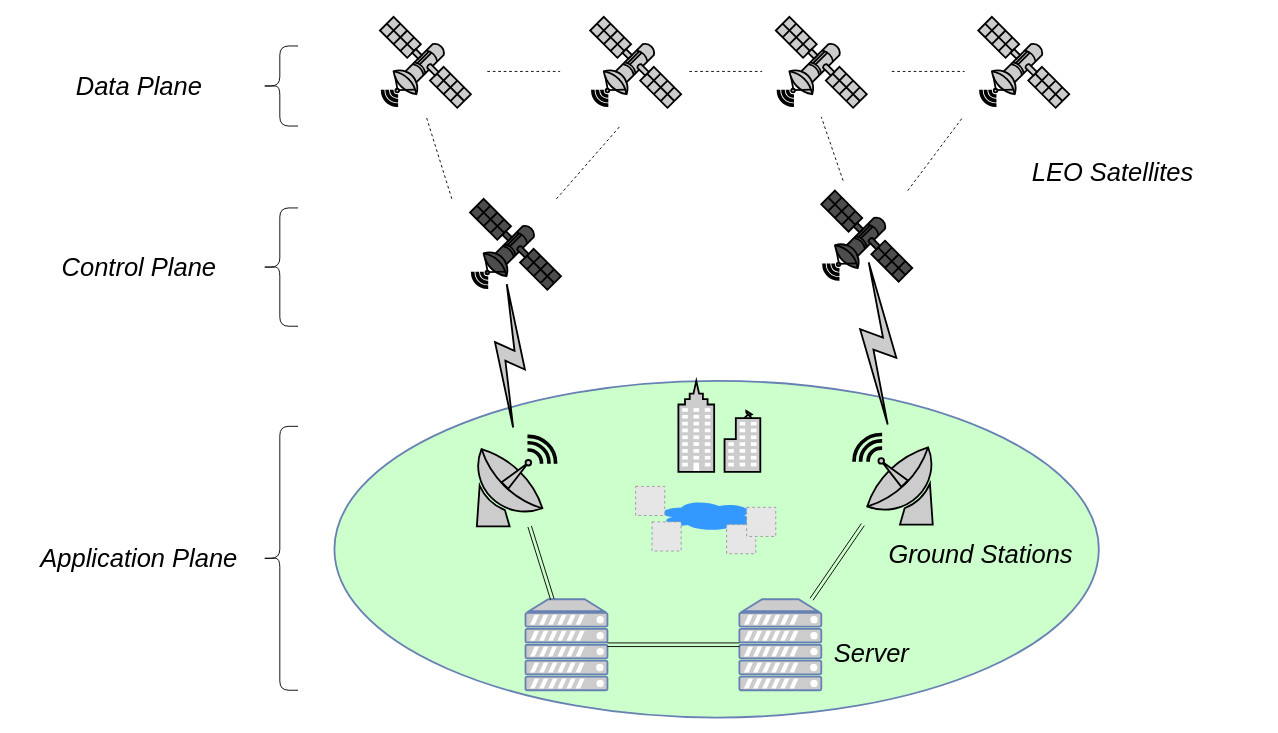
peachhhhh/satellite keeps this draw.io diagram as page "算法2架构图" (13 of 16) of drawio.drawio. Above is the earlier version. Source tidied: cells renumbered, new cells numbered last; positions are measured from the earlier drawing's top-left corner, leaving out a move shared by most shapes. Both pictures are drawn from the tidied source at 91%, with x=0, y=0 at pixel (34, 16). Pictures stored in the file or linked from it are replaced by grey dashed boxes.
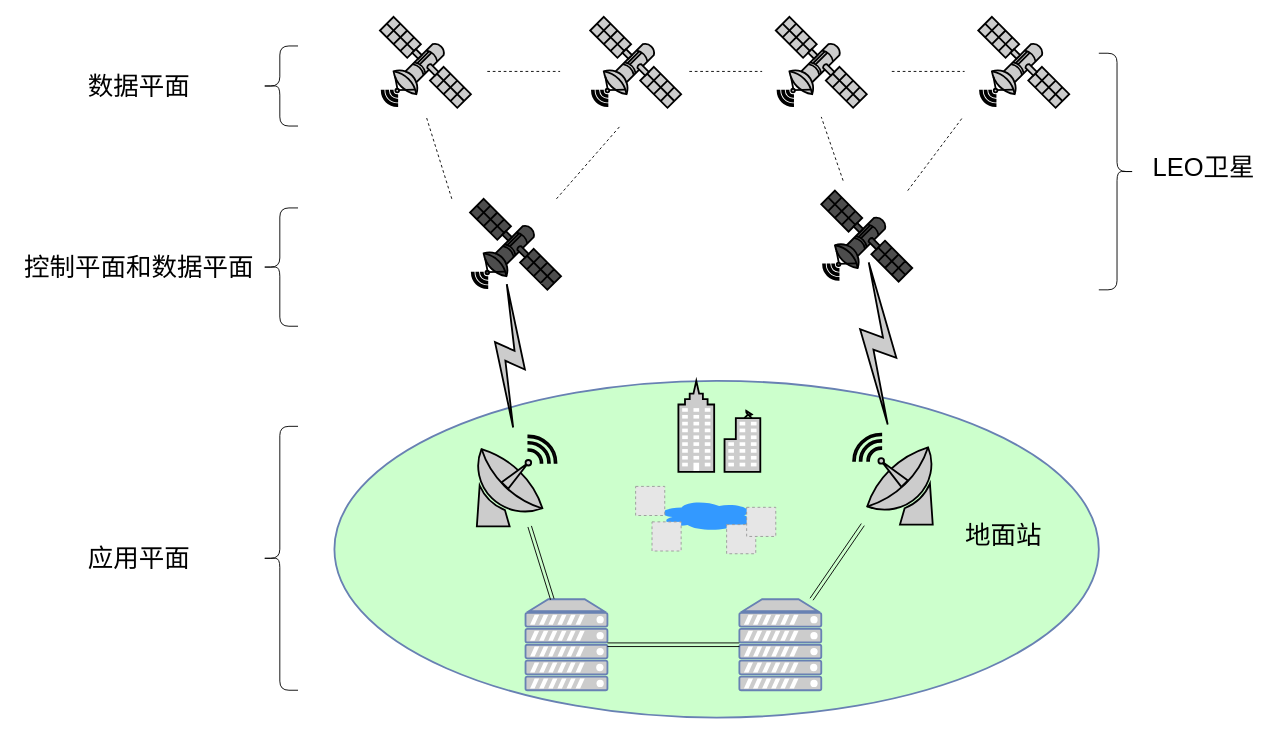
Above is the later version.

What changed in the source:
```diff
@@
-    <mxCell id="23" value="Server" style="text;html=1;align=center;verticalAlign=middle;fontSize=28;fontStyle=2;" parent="1" vertex="1">
-      <mxGeometry x="870" y="680" width="100" height="40" as="geometry" />
-    </mxCell>
-    <mxCell id="24" value="Ground Stations" style="text;html=1;align=center;verticalAlign=middle;fontSize=28;fontStyle=2;" parent="1" vertex="1">
-      <mxGeometry x="930" y="571" width="220" height="40" as="geometry" />
-    </mxCell>
-    <mxCell id="25" value="LEO Satellites" style="text;html=1;align=center;verticalAlign=middle;fontSize=28;fontStyle=2;" parent="1" vertex="1">
-      <mxGeometry x="1090" y="151" width="190" height="40" as="geometry" />
-    </mxCell>
@@
-    <mxCell id="30" value="&lt;div style=&quot;font-size: 28px;&quot;&gt;&lt;font style=&quot;font-size: 28px;&quot;&gt;Control Plane&lt;/font&gt;&lt;/div&gt;" style="text;html=1;align=center;verticalAlign=middle;fontSize=28;fontColor=#000000;fontStyle=2;" parent="1" vertex="1">
-      <mxGeometry x="25" y="255" width="180" height="40" as="geometry" />
-    </mxCell>
-    <mxCell id="31" value="Application Plane" style="text;html=1;align=center;verticalAlign=middle;fontSize=28;fontColor=#000000;fontStyle=2;" parent="1" vertex="1">
-      <mxGeometry y="575" width="230" height="40" as="geometry" />
-    </mxCell>
-    <mxCell id="32" value="&lt;div style=&quot;font-size: 28px&quot;&gt;&lt;font style=&quot;font-size: 28px&quot;&gt;Data Plane&lt;/font&gt;&lt;/div&gt;" style="text;html=1;align=center;verticalAlign=middle;fontSize=28;fontColor=#000000;fontStyle=2;" parent="1" vertex="1">
-      <mxGeometry x="40" y="56" width="150" height="40" as="geometry" />
+    <mxCell id="32" value="&lt;div style=&quot;font-size: 28px&quot;&gt;数据平面&lt;/div&gt;" style="text;html=1;align=center;verticalAlign=middle;fontSize=28;fontColor=#000000;fontStyle=0;" parent="1" vertex="1">
+      <mxGeometry x="50" y="56" width="130" height="40" as="geometry" />
     </mxCell>
@@
+    <mxCell id="40" value="&lt;div style=&quot;font-size: 28px&quot;&gt;控制平面和数据平面&lt;/div&gt;" style="text;html=1;align=center;verticalAlign=middle;fontSize=28;fontColor=#000000;fontStyle=0;" parent="1" vertex="1">
+      <mxGeometry x="-20" y="255" width="270" height="40" as="geometry" />
+    </mxCell>
+    <mxCell id="41" value="&lt;div style=&quot;font-size: 28px&quot;&gt;应用平面&lt;/div&gt;" style="text;html=1;align=center;verticalAlign=middle;fontSize=28;fontColor=#000000;fontStyle=0;" parent="1" vertex="1">
+      <mxGeometry x="50" y="575" width="130" height="40" as="geometry" />
+    </mxCell>
+    <mxCell id="42" value="&lt;div style=&quot;font-size: 28px&quot;&gt;LEO卫星&lt;/div&gt;" style="text;html=1;align=center;verticalAlign=middle;fontSize=28;fontColor=#000000;fontStyle=0;" parent="1" vertex="1">
+      <mxGeometry x="1220" y="145" width="130" height="40" as="geometry" />
+    </mxCell>
+    <mxCell id="43" style="shape=curlyBracket;whiteSpace=wrap;html=1;rounded=1;flipH=1;" parent="1" vertex="1">
+      <mxGeometry x="1170" y="40" width="40" height="260" as="geometry" />
+    </mxCell>
+    <mxCell id="44" value="&lt;div style=&quot;font-size: 28px&quot;&gt;地面站&lt;/div&gt;" style="text;html=1;align=center;verticalAlign=middle;fontSize=28;fontColor=#000000;fontStyle=0;" parent="1" vertex="1">
+      <mxGeometry x="1015" y="550" width="100" height="40" as="geometry" />
+    </mxCell>
```
